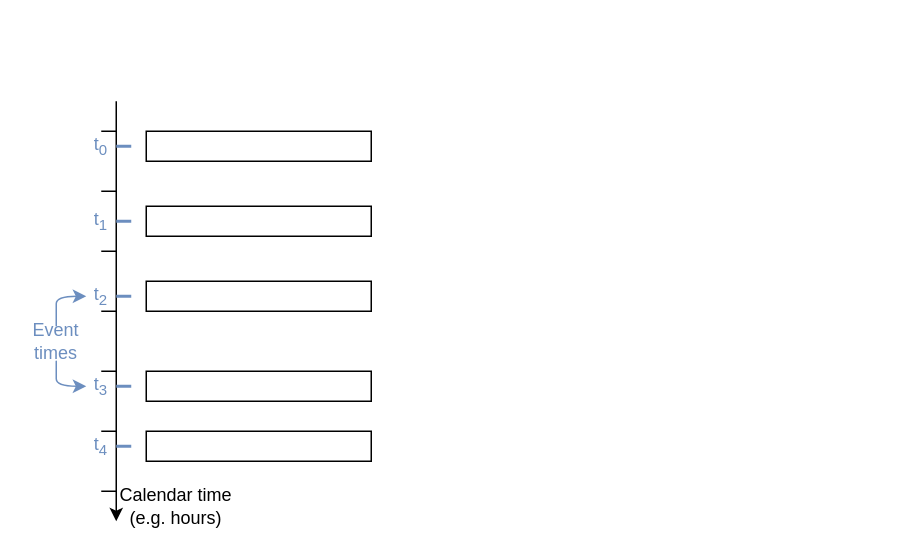
oizin/links keeps this draw.io diagram as data-look.drawio. Above is the earlier version. Source tidied: cells renumbered, new cells numbered last; positions are measured from the earlier drawing's top-left corner, leaving out a move shared by most shapes. Both pictures are drawn from the tidied source at 150%, with x=0, y=0 at pixel (26, 100).
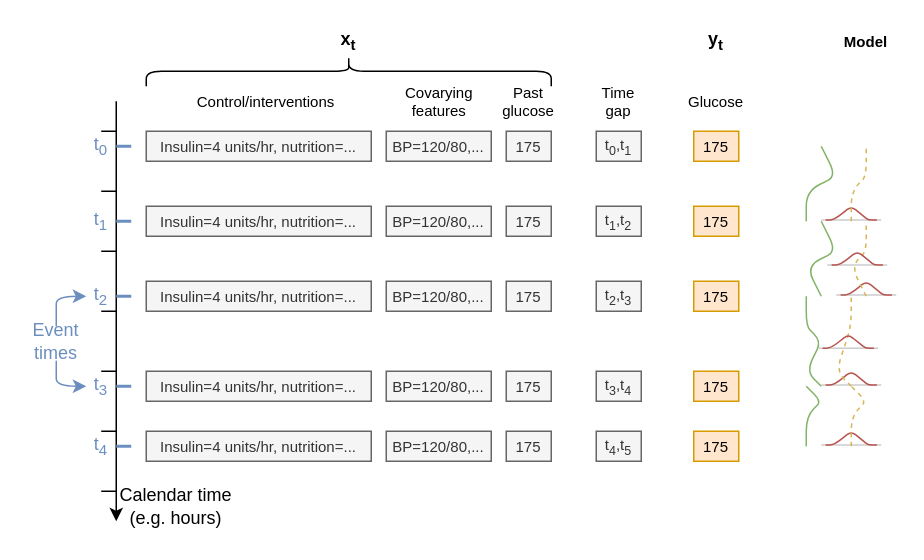
The same page after the edit.

What changed in the source:
```diff
@@
-    <mxCell id="3" style="rounded=0;whiteSpace=wrap;html=1;" parent="1" vertex="1">
+    <mxCell id="3" value="Insulin=4 units/hr, nutrition=..." style="rounded=0;whiteSpace=wrap;html=1;fillColor=#f5f5f5;strokeColor=#666666;fontColor=#333333;fontSize=10;" parent="1" vertex="1">
       <mxGeometry x="80" y="20" width="150" height="20" as="geometry" />
     </mxCell>
@@
-    <mxCell id="13" style="rounded=0;whiteSpace=wrap;html=1;" parent="1" vertex="1">
+    <mxCell id="13" value="Insulin=4 units/hr, nutrition=..." style="rounded=0;whiteSpace=wrap;html=1;fillColor=#f5f5f5;strokeColor=#666666;fontColor=#333333;fontSize=10;" parent="1" vertex="1">
       <mxGeometry x="80" y="120" width="150" height="20" as="geometry" />
     </mxCell>
@@
-    <mxCell id="17" style="rounded=0;whiteSpace=wrap;html=1;" parent="1" vertex="1">
+    <mxCell id="17" value="Insulin=4 units/hr, nutrition=..." style="rounded=0;whiteSpace=wrap;html=1;fillColor=#f5f5f5;strokeColor=#666666;fontColor=#333333;fontSize=10;" parent="1" vertex="1">
       <mxGeometry x="80" y="70" width="150" height="20" as="geometry" />
     </mxCell>
-    <mxCell id="18" style="rounded=0;whiteSpace=wrap;html=1;" parent="1" vertex="1">
+    <mxCell id="18" value="Insulin=4 units/hr, nutrition=..." style="rounded=0;whiteSpace=wrap;html=1;fillColor=#f5f5f5;strokeColor=#666666;fontColor=#333333;fontSize=10;" parent="1" vertex="1">
       <mxGeometry x="80" y="180" width="150" height="20" as="geometry" />
     </mxCell>
-    <mxCell id="19" style="rounded=0;whiteSpace=wrap;html=1;" parent="1" vertex="1">
+    <mxCell id="19" value="Insulin=4 units/hr, nutrition=..." style="rounded=0;whiteSpace=wrap;html=1;fillColor=#f5f5f5;strokeColor=#666666;fontColor=#333333;fontSize=10;" parent="1" vertex="1">
       <mxGeometry x="80" y="220" width="150" height="20" as="geometry" />
     </mxCell>
@@
+    <mxCell id="29" value="x&lt;sub&gt;t&lt;/sub&gt;" style="text;html=1;strokeColor=none;fillColor=none;align=center;verticalAlign=middle;whiteSpace=wrap;rounded=0;fontStyle=1;" parent="1" vertex="1">
+      <mxGeometry x="195" y="-50" width="40" height="20" as="geometry" />
+    </mxCell>
+    <mxCell id="30" value="&lt;font style=&quot;font-size: 10px&quot;&gt;BP=120/80,...&lt;/font&gt;" style="rounded=0;whiteSpace=wrap;html=1;fillColor=#f5f5f5;strokeColor=#666666;fontColor=#333333;" parent="1" vertex="1">
+      <mxGeometry x="240" y="20" width="70" height="20" as="geometry" />
+    </mxCell>
+    <mxCell id="31" value="&lt;font style=&quot;font-size: 10px&quot;&gt;BP=120/80,...&lt;/font&gt;" style="rounded=0;whiteSpace=wrap;html=1;fillColor=#f5f5f5;strokeColor=#666666;fontColor=#333333;" parent="1" vertex="1">
+      <mxGeometry x="240" y="70" width="70" height="20" as="geometry" />
+    </mxCell>
+    <mxCell id="32" value="&lt;font style=&quot;font-size: 10px&quot;&gt;BP=120/80,...&lt;/font&gt;" style="rounded=0;whiteSpace=wrap;html=1;fillColor=#f5f5f5;strokeColor=#666666;fontColor=#333333;" parent="1" vertex="1">
+      <mxGeometry x="240" y="120" width="70" height="20" as="geometry" />
+    </mxCell>
+    <mxCell id="33" value="&lt;font style=&quot;font-size: 10px&quot;&gt;BP=120/80,...&lt;/font&gt;" style="rounded=0;whiteSpace=wrap;html=1;fillColor=#f5f5f5;strokeColor=#666666;fontColor=#333333;" parent="1" vertex="1">
+      <mxGeometry x="240" y="180" width="70" height="20" as="geometry" />
+    </mxCell>
+    <mxCell id="34" value="&lt;font style=&quot;font-size: 10px&quot;&gt;BP=120/80,...&lt;/font&gt;" style="rounded=0;whiteSpace=wrap;html=1;fillColor=#f5f5f5;strokeColor=#666666;fontColor=#333333;" parent="1" vertex="1">
+      <mxGeometry x="240" y="220" width="70" height="20" as="geometry" />
+    </mxCell>
+    <mxCell id="35" value="175" style="rounded=0;whiteSpace=wrap;html=1;fillColor=#f5f5f5;strokeColor=#666666;fontColor=#333333;fontSize=10;" parent="1" vertex="1">
+      <mxGeometry x="320" y="20" width="30" height="20" as="geometry" />
+    </mxCell>
+    <mxCell id="36" value="175" style="rounded=0;whiteSpace=wrap;html=1;fillColor=#f5f5f5;strokeColor=#666666;fontColor=#333333;fontSize=10;" parent="1" vertex="1">
+      <mxGeometry x="320" y="70" width="30" height="20" as="geometry" />
+    </mxCell>
+    <mxCell id="37" value="175" style="rounded=0;whiteSpace=wrap;html=1;fillColor=#f5f5f5;strokeColor=#666666;fontColor=#333333;fontSize=10;" parent="1" vertex="1">
+      <mxGeometry x="320" y="120" width="30" height="20" as="geometry" />
+    </mxCell>
+    <mxCell id="38" value="175" style="rounded=0;whiteSpace=wrap;html=1;fillColor=#f5f5f5;strokeColor=#666666;fontColor=#333333;fontSize=10;" parent="1" vertex="1">
+      <mxGeometry x="320" y="180" width="30" height="20" as="geometry" />
+    </mxCell>
+    <mxCell id="39" value="175" style="rounded=0;whiteSpace=wrap;html=1;fillColor=#f5f5f5;strokeColor=#666666;fontColor=#333333;fontSize=10;" parent="1" vertex="1">
+      <mxGeometry x="320" y="220" width="30" height="20" as="geometry" />
+    </mxCell>
+    <mxCell id="40" value="Control/interventions" style="text;html=1;strokeColor=none;fillColor=none;align=center;verticalAlign=middle;whiteSpace=wrap;rounded=0;fontSize=10;fontColor=#000000;" parent="1" vertex="1">
+      <mxGeometry x="110" y="-10" width="100" height="20" as="geometry" />
+    </mxCell>
+    <mxCell id="41" value="&lt;div&gt;Covarying&lt;/div&gt;&lt;div&gt;features&lt;/div&gt;" style="text;html=1;strokeColor=none;fillColor=none;align=center;verticalAlign=middle;whiteSpace=wrap;rounded=0;fontSize=10;fontColor=#000000;" parent="1" vertex="1">
+      <mxGeometry x="242.5" y="-10" width="65" height="20" as="geometry" />
+    </mxCell>
+    <mxCell id="42" value="Past glucose" style="text;html=1;strokeColor=none;fillColor=none;align=center;verticalAlign=middle;whiteSpace=wrap;rounded=0;fontSize=10;fontColor=#000000;" parent="1" vertex="1">
+      <mxGeometry x="315" y="-10" width="40" height="20" as="geometry" />
+    </mxCell>
+    <mxCell id="43" value="175" style="rounded=0;whiteSpace=wrap;html=1;fillColor=#ffe6cc;strokeColor=#d79b00;fontSize=10;" parent="1" vertex="1">
+      <mxGeometry x="445" y="20" width="30" height="20" as="geometry" />
+    </mxCell>
+    <mxCell id="44" value="175" style="rounded=0;whiteSpace=wrap;html=1;fillColor=#ffe6cc;strokeColor=#d79b00;fontSize=10;" parent="1" vertex="1">
+      <mxGeometry x="445" y="70" width="30" height="20" as="geometry" />
+    </mxCell>
+    <mxCell id="45" value="175" style="rounded=0;whiteSpace=wrap;html=1;fillColor=#ffe6cc;strokeColor=#d79b00;fontSize=10;" parent="1" vertex="1">
+      <mxGeometry x="445" y="120" width="30" height="20" as="geometry" />
+    </mxCell>
+    <mxCell id="46" value="175" style="rounded=0;whiteSpace=wrap;html=1;fillColor=#ffe6cc;strokeColor=#d79b00;fontSize=10;" parent="1" vertex="1">
+      <mxGeometry x="445" y="180" width="30" height="20" as="geometry" />
+    </mxCell>
+    <mxCell id="47" value="175" style="rounded=0;whiteSpace=wrap;html=1;fillColor=#ffe6cc;strokeColor=#d79b00;fontSize=10;" parent="1" vertex="1">
+      <mxGeometry x="445" y="220" width="30" height="20" as="geometry" />
+    </mxCell>
+    <mxCell id="48" value="Glucose" style="text;html=1;fillColor=none;align=center;verticalAlign=middle;whiteSpace=wrap;rounded=0;fontSize=10;" parent="1" vertex="1">
+      <mxGeometry x="440" y="-10" width="40" height="20" as="geometry" />
+    </mxCell>
+    <mxCell id="49" value="t&lt;sub&gt;0&lt;/sub&gt;,t&lt;sub&gt;1&lt;/sub&gt;" style="rounded=0;whiteSpace=wrap;html=1;fillColor=#f5f5f5;strokeColor=#666666;fontColor=#333333;fontSize=10;" parent="1" vertex="1">
+      <mxGeometry x="380" y="20" width="30" height="20" as="geometry" />
+    </mxCell>
+    <mxCell id="50" value="t&lt;sub&gt;1&lt;/sub&gt;,t&lt;sub&gt;2&lt;/sub&gt;" style="rounded=0;whiteSpace=wrap;html=1;fillColor=#f5f5f5;strokeColor=#666666;fontColor=#333333;fontSize=10;" parent="1" vertex="1">
+      <mxGeometry x="380" y="70" width="30" height="20" as="geometry" />
+    </mxCell>
+    <mxCell id="51" value="t&lt;sub&gt;2&lt;/sub&gt;,t&lt;sub&gt;3&lt;/sub&gt;" style="rounded=0;whiteSpace=wrap;html=1;fillColor=#f5f5f5;strokeColor=#666666;fontColor=#333333;fontSize=10;" parent="1" vertex="1">
+      <mxGeometry x="380" y="120" width="30" height="20" as="geometry" />
+    </mxCell>
+    <mxCell id="52" value="t&lt;sub&gt;3&lt;/sub&gt;,t&lt;sub&gt;4&lt;/sub&gt;" style="rounded=0;whiteSpace=wrap;html=1;fillColor=#f5f5f5;strokeColor=#666666;fontColor=#333333;fontSize=10;" parent="1" vertex="1">
+      <mxGeometry x="380" y="180" width="30" height="20" as="geometry" />
+    </mxCell>
+    <mxCell id="53" value="t&lt;sub&gt;4&lt;/sub&gt;,t&lt;sub&gt;5&lt;/sub&gt;" style="rounded=0;whiteSpace=wrap;html=1;fillColor=#f5f5f5;strokeColor=#666666;fontColor=#333333;fontSize=10;" parent="1" vertex="1">
+      <mxGeometry x="380" y="220" width="30" height="20" as="geometry" />
+    </mxCell>
+    <mxCell id="54" value="Time gap" style="text;html=1;strokeColor=none;fillColor=none;align=center;verticalAlign=middle;whiteSpace=wrap;rounded=0;fontSize=10;fontColor=#000000;" parent="1" vertex="1">
+      <mxGeometry x="375" y="-10" width="40" height="20" as="geometry" />
+    </mxCell>
+    <mxCell id="55" value="y&lt;sub&gt;t&lt;/sub&gt;" style="text;html=1;strokeColor=none;fillColor=none;align=center;verticalAlign=middle;whiteSpace=wrap;rounded=0;fontStyle=1;" parent="1" vertex="1">
+      <mxGeometry x="440" y="-50" width="40" height="20" as="geometry" />
+    </mxCell>
+    <mxCell id="56" style="shape=curlyBracket;whiteSpace=wrap;html=1;rounded=1;fontSize=10;fontColor=#000000;rotation=90;" parent="1" vertex="1">
+      <mxGeometry x="205" y="-155" width="20" height="270" as="geometry" />
+    </mxCell>
+    <mxCell id="57" style="endArrow=none;html=1;fontSize=10;fontColor=#000000;strokeColor=#82b366;strokeWidth=1;fillColor=#d5e8d4;" parent="1" edge="1">
+      <mxGeometry relative="1" as="geometry">
+        <mxPoint x="520" y="80" as="sourcePoint" />
+        <mxPoint x="530" y="30" as="targetPoint" />
+        <Array as="points">
+          <mxPoint x="520" y="60" />
+          <mxPoint x="540" y="50" />
+        </Array>
+      </mxGeometry>
+    </mxCell>
+    <mxCell id="58" style="endArrow=none;html=1;fontSize=10;fontColor=#000000;strokeColor=#82b366;strokeWidth=1;fillColor=#d5e8d4;" parent="1" edge="1">
+      <mxGeometry relative="1" as="geometry">
+        <mxPoint x="530" y="130" as="sourcePoint" />
+        <mxPoint x="530" y="80" as="targetPoint" />
+        <Array as="points">
+          <mxPoint x="520" y="110" />
+          <mxPoint x="540" y="100" />
+        </Array>
+      </mxGeometry>
+    </mxCell>
+    <mxCell id="59" style="endArrow=none;html=1;fontSize=10;fontColor=#000000;strokeColor=#82b366;strokeWidth=1;fillColor=#d5e8d4;" parent="1" edge="1">
+      <mxGeometry relative="1" as="geometry">
+        <mxPoint x="530" y="190" as="sourcePoint" />
+        <mxPoint x="520" y="130" as="targetPoint" />
+        <Array as="points">
+          <mxPoint x="520" y="180" />
+          <mxPoint x="530" y="160" />
+          <mxPoint x="520" y="150" />
+        </Array>
+      </mxGeometry>
+    </mxCell>
+    <mxCell id="60" style="endArrow=none;html=1;fontSize=10;fontColor=#000000;strokeColor=#82b366;strokeWidth=1;fillColor=#d5e8d4;" parent="1" edge="1">
+      <mxGeometry relative="1" as="geometry">
+        <mxPoint x="520" y="230" as="sourcePoint" />
+        <mxPoint x="520" y="190" as="targetPoint" />
+        <Array as="points">
+          <mxPoint x="520" y="210" />
+          <mxPoint x="530" y="200" />
+        </Array>
+      </mxGeometry>
+    </mxCell>
+    <mxCell id="61" style="group;" parent="1" vertex="1">
+      <mxGeometry x="530" y="70" width="40" height="9.2" as="geometry" />
+    </mxCell>
+    <mxCell id="62" style="endArrow=none;html=1;fontSize=14;fontColor=#000000;strokeWidth=1;fillColor=#f5f5f5;strokeColor=#CCCCCC;" parent="61" edge="1">
+      <mxGeometry as="geometry">
+        <mxPoint y="9.2" as="sourcePoint" />
+        <mxPoint x="40" y="9.2" as="targetPoint" />
+      </mxGeometry>
+    </mxCell>
+    <mxCell id="63" style="endArrow=none;html=1;fontSize=14;fontColor=#000000;strokeColor=#b85450;strokeWidth=1;fillColor=#f8cecc;" parent="61" edge="1">
+      <mxGeometry as="geometry">
+        <mxPoint x="2.9" y="9.2" as="sourcePoint" />
+        <mxPoint x="37.1" y="9.2" as="targetPoint" />
+        <Array as="points">
+          <mxPoint x="8.6" y="9.2" />
+          <mxPoint x="20" />
+          <mxPoint x="25.7" y="4.6" />
+          <mxPoint x="31.4" y="9.2" />
+        </Array>
+      </mxGeometry>
+    </mxCell>
+    <mxCell id="64" style="group;" parent="1" vertex="1">
+      <mxGeometry x="540" y="120" width="40" height="9.2" as="geometry" />
+    </mxCell>
+    <mxCell id="65" style="endArrow=none;html=1;fontSize=14;fontColor=#000000;strokeWidth=1;fillColor=#f5f5f5;strokeColor=#CCCCCC;" parent="64" edge="1">
+      <mxGeometry as="geometry">
+        <mxPoint y="9.2" as="sourcePoint" />
+        <mxPoint x="40" y="9.2" as="targetPoint" />
+      </mxGeometry>
+    </mxCell>
+    <mxCell id="66" style="endArrow=none;html=1;fontSize=14;fontColor=#000000;strokeColor=#b85450;strokeWidth=1;fillColor=#f8cecc;" parent="64" edge="1">
+      <mxGeometry as="geometry">
+        <mxPoint x="2.9" y="9.2" as="sourcePoint" />
+        <mxPoint x="37.1" y="9.2" as="targetPoint" />
+        <Array as="points">
+          <mxPoint x="8.6" y="9.2" />
+          <mxPoint x="20" />
+          <mxPoint x="25.7" y="4.6" />
+          <mxPoint x="31.4" y="9.2" />
+        </Array>
+      </mxGeometry>
+    </mxCell>
+    <mxCell id="67" style="group;" parent="1" vertex="1">
+      <mxGeometry x="530" y="180" width="40" height="9.2" as="geometry" />
+    </mxCell>
+    <mxCell id="68" style="endArrow=none;html=1;fontSize=14;fontColor=#000000;strokeWidth=1;fillColor=#f5f5f5;strokeColor=#CCCCCC;" parent="67" edge="1">
+      <mxGeometry as="geometry">
+        <mxPoint y="9.2" as="sourcePoint" />
+        <mxPoint x="40" y="9.2" as="targetPoint" />
+      </mxGeometry>
+    </mxCell>
+    <mxCell id="69" style="endArrow=none;html=1;fontSize=14;fontColor=#000000;strokeColor=#b85450;strokeWidth=1;fillColor=#f8cecc;" parent="67" edge="1">
+      <mxGeometry as="geometry">
+        <mxPoint x="2.9" y="9.2" as="sourcePoint" />
+        <mxPoint x="37.1" y="9.2" as="targetPoint" />
+        <Array as="points">
+          <mxPoint x="8.6" y="9.2" />
+          <mxPoint x="20" />
+          <mxPoint x="25.7" y="4.6" />
+          <mxPoint x="31.4" y="9.2" />
+        </Array>
+      </mxGeometry>
+    </mxCell>
+    <mxCell id="70" style="group;" parent="1" vertex="1">
+      <mxGeometry x="530" y="220" width="40" height="9.2" as="geometry" />
+    </mxCell>
+    <mxCell id="71" style="endArrow=none;html=1;fontSize=14;fontColor=#000000;strokeWidth=1;fillColor=#f5f5f5;strokeColor=#CCCCCC;" parent="70" edge="1">
+      <mxGeometry as="geometry">
+        <mxPoint y="9.2" as="sourcePoint" />
+        <mxPoint x="40" y="9.2" as="targetPoint" />
+      </mxGeometry>
+    </mxCell>
+    <mxCell id="72" style="endArrow=none;html=1;fontSize=14;fontColor=#000000;strokeColor=#b85450;strokeWidth=1;fillColor=#f8cecc;" parent="70" edge="1">
+      <mxGeometry as="geometry">
+        <mxPoint x="2.9" y="9.2" as="sourcePoint" />
+        <mxPoint x="37.1" y="9.2" as="targetPoint" />
+        <Array as="points">
+          <mxPoint x="8.6" y="9.2" />
+          <mxPoint x="20" />
+          <mxPoint x="25.7" y="4.6" />
+          <mxPoint x="31.4" y="9.2" />
+        </Array>
+      </mxGeometry>
+    </mxCell>
+    <mxCell id="73" style="endArrow=none;html=1;fontSize=10;fontColor=#000000;strokeColor=#d6b656;strokeWidth=1;fillColor=#fff2cc;dashed=1;" parent="1" edge="1">
+      <mxGeometry relative="1" as="geometry">
+        <mxPoint x="550" y="80" as="sourcePoint" />
+        <mxPoint x="560" y="30" as="targetPoint" />
+        <Array as="points">
+          <mxPoint x="550" y="60" />
+          <mxPoint x="560" y="50" />
+        </Array>
+      </mxGeometry>
+    </mxCell>
+    <mxCell id="74" style="endArrow=none;html=1;fontSize=10;fontColor=#000000;strokeColor=#d6b656;strokeWidth=1;fillColor=#fff2cc;dashed=1;" parent="1" edge="1">
+      <mxGeometry relative="1" as="geometry">
+        <mxPoint x="560" y="130" as="sourcePoint" />
+        <mxPoint x="560" y="80" as="targetPoint" />
+        <Array as="points">
+          <mxPoint x="550" y="110" />
+          <mxPoint x="560" y="100" />
+        </Array>
+      </mxGeometry>
+    </mxCell>
+    <mxCell id="75" style="endArrow=none;html=1;fontSize=10;fontColor=#000000;strokeColor=#d6b656;strokeWidth=1;fillColor=#fff2cc;dashed=1;" parent="1" edge="1">
+      <mxGeometry relative="1" as="geometry">
+        <mxPoint x="550" y="190" as="sourcePoint" />
+        <mxPoint x="550" y="130" as="targetPoint" />
+        <Array as="points">
+          <mxPoint x="540" y="180" />
+          <mxPoint x="550" y="150" />
+        </Array>
+      </mxGeometry>
+    </mxCell>
+    <mxCell id="76" style="endArrow=none;html=1;fontSize=10;fontColor=#000000;strokeColor=#d6b656;strokeWidth=1;fillColor=#fff2cc;dashed=1;" parent="1" edge="1">
+      <mxGeometry relative="1" as="geometry">
+        <mxPoint x="550" y="230" as="sourcePoint" />
+        <mxPoint x="550" y="190" as="targetPoint" />
+        <Array as="points">
+          <mxPoint x="550" y="210" />
+          <mxPoint x="560" y="200" />
+        </Array>
+      </mxGeometry>
+    </mxCell>
+    <mxCell id="77" style="group;" parent="1" vertex="1">
+      <mxGeometry x="528" y="155.4" width="40" height="9.2" as="geometry" />
+    </mxCell>
+    <mxCell id="78" style="endArrow=none;html=1;fontSize=14;fontColor=#000000;strokeWidth=1;fillColor=#f5f5f5;strokeColor=#CCCCCC;" parent="77" edge="1">
+      <mxGeometry as="geometry">
+        <mxPoint y="9.2" as="sourcePoint" />
+        <mxPoint x="40" y="9.2" as="targetPoint" />
+      </mxGeometry>
+    </mxCell>
+    <mxCell id="79" style="endArrow=none;html=1;fontSize=14;fontColor=#000000;strokeColor=#b85450;strokeWidth=1;fillColor=#f8cecc;" parent="77" edge="1">
+      <mxGeometry as="geometry">
+        <mxPoint x="2.9" y="9.2" as="sourcePoint" />
+        <mxPoint x="37.1" y="9.2" as="targetPoint" />
+        <Array as="points">
+          <mxPoint x="8.6" y="9.2" />
+          <mxPoint x="20" />
+          <mxPoint x="25.7" y="4.6" />
+          <mxPoint x="31.4" y="9.2" />
+        </Array>
+      </mxGeometry>
+    </mxCell>
+    <mxCell id="80" style="group;" parent="1" vertex="1">
+      <mxGeometry x="534" y="100" width="40" height="9.2" as="geometry" />
+    </mxCell>
+    <mxCell id="81" style="endArrow=none;html=1;fontSize=14;fontColor=#000000;strokeWidth=1;fillColor=#f5f5f5;strokeColor=#CCCCCC;" parent="80" edge="1">
+      <mxGeometry as="geometry">
+        <mxPoint y="9.2" as="sourcePoint" />
+        <mxPoint x="40" y="9.2" as="targetPoint" />
+      </mxGeometry>
+    </mxCell>
+    <mxCell id="82" style="endArrow=none;html=1;fontSize=14;fontColor=#000000;strokeColor=#b85450;strokeWidth=1;fillColor=#f8cecc;" parent="80" edge="1">
+      <mxGeometry as="geometry">
+        <mxPoint x="2.9" y="9.2" as="sourcePoint" />
+        <mxPoint x="37.1" y="9.2" as="targetPoint" />
+        <Array as="points">
+          <mxPoint x="8.6" y="9.2" />
+          <mxPoint x="20" />
+          <mxPoint x="25.7" y="4.6" />
+          <mxPoint x="31.4" y="9.2" />
+        </Array>
+      </mxGeometry>
+    </mxCell>
+    <mxCell id="83" value="Model" style="text;html=1;strokeColor=none;fillColor=none;align=center;verticalAlign=middle;whiteSpace=wrap;rounded=0;fontSize=10;fontColor=#000000;fontStyle=1;" parent="1" vertex="1">
+      <mxGeometry x="540" y="-50" width="40" height="20" as="geometry" />
+    </mxCell>
```
